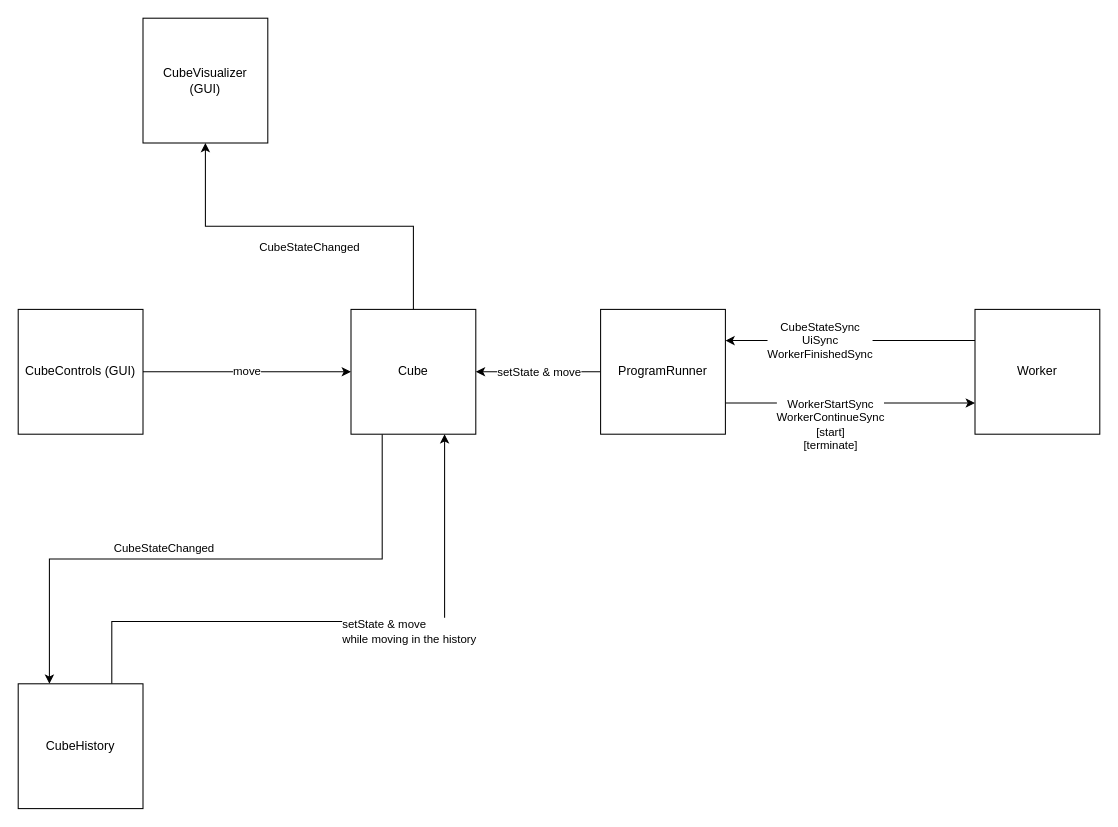
Before: material/Architecture.drawio in cube-codes/cube-codes-id, a draw.io diagram. Source tidied: cells renumbered, new cells numbered last; positions are measured from the earlier drawing's top-left corner, leaving out a move shared by most shapes. Both pictures are drawn from the tidied source at 104%, with x=0, y=0 at pixel (18, 18).
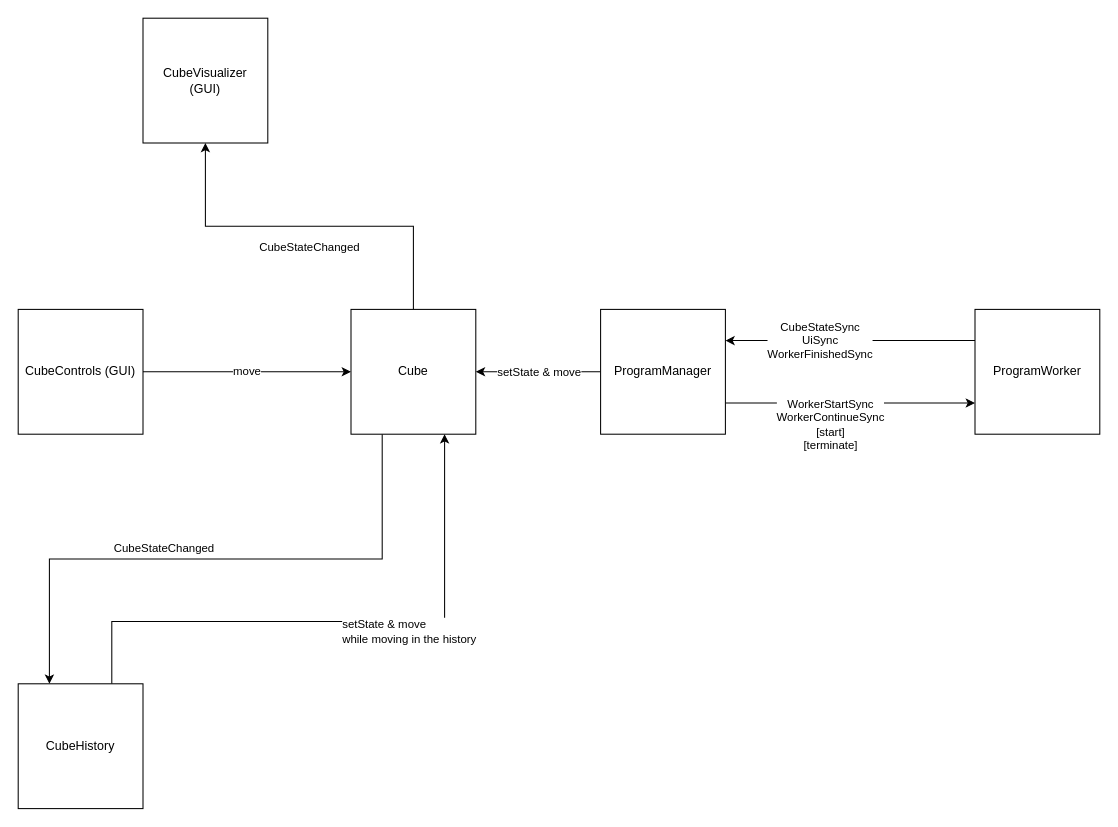
Above is the later version.

Change to the diagram source:
```diff
@@
-    <mxCell id="14" value="ProgramRunner" style="whiteSpace=wrap;html=1;" parent="1" vertex="1">
+    <mxCell id="14" value="ProgramManager" style="whiteSpace=wrap;html=1;" parent="1" vertex="1">
       <mxGeometry x="560" y="280" width="120" height="120" as="geometry" />
     </mxCell>
@@
-    <mxCell id="17" value="Worker" style="whiteSpace=wrap;html=1;" parent="1" vertex="1">
+    <mxCell id="17" value="ProgramWorker" style="whiteSpace=wrap;html=1;" parent="1" vertex="1">
       <mxGeometry x="920" y="280" width="120" height="120" as="geometry" />
     </mxCell>
```
